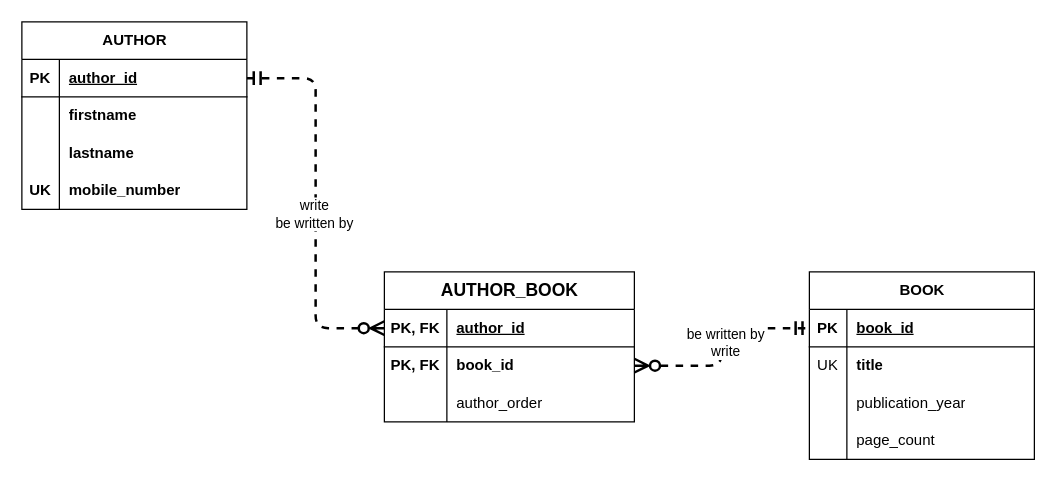
This is page "P0304b" (2 of 2) of relational-database-design/c3/P0304.drawio from qichendev/assignments, a draw.io file, before an edit. Source tidied: cells renumbered, new cells numbered last; positions are measured from the earlier drawing's top-left corner, leaving out a move shared by most shapes. Both pictures are drawn from the tidied source at 125%, with x=0, y=0 at pixel (21, 21).
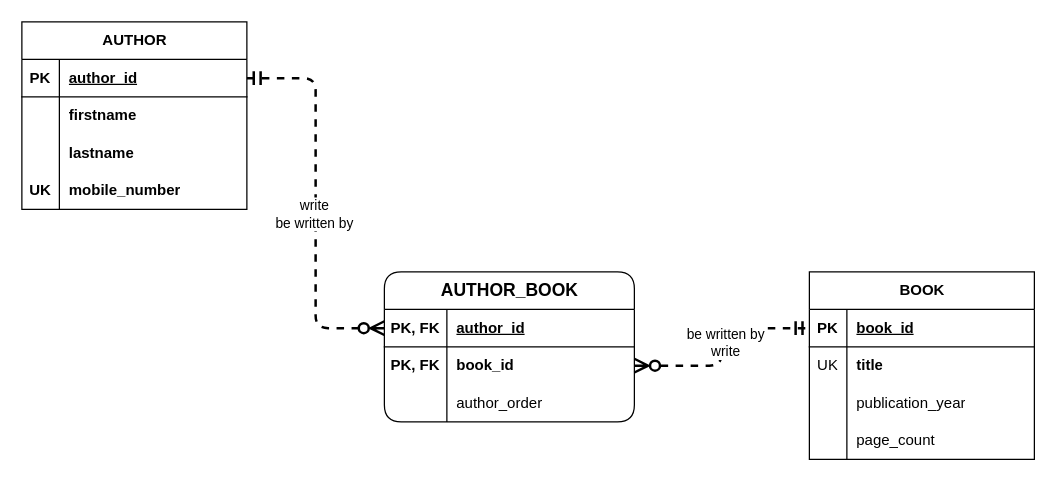
After the change.

The edit, as a diff of the source:
```diff
@@
-    <mxCell id="28" value="&lt;span style=&quot;font-size: 14px;&quot;&gt;&lt;b&gt;AUTHOR_BOOK&lt;/b&gt;&lt;/span&gt;" style="shape=table;startSize=30;childLayout=tableLayout;rowLines=0;fontStyle=0;align=center;html=1;" parent="1" vertex="1">
+    <mxCell id="28" value="&lt;span style=&quot;font-size: 14px;&quot;&gt;&lt;b&gt;AUTHOR_BOOK&lt;/b&gt;&lt;/span&gt;" style="shape=table;startSize=30;childLayout=tableLayout;rowLines=0;fontStyle=0;align=center;html=1;rounded=1;" parent="1" vertex="1">
       <mxGeometry x="290" y="200" width="200" height="120" as="geometry" />
     </mxCell>
```
